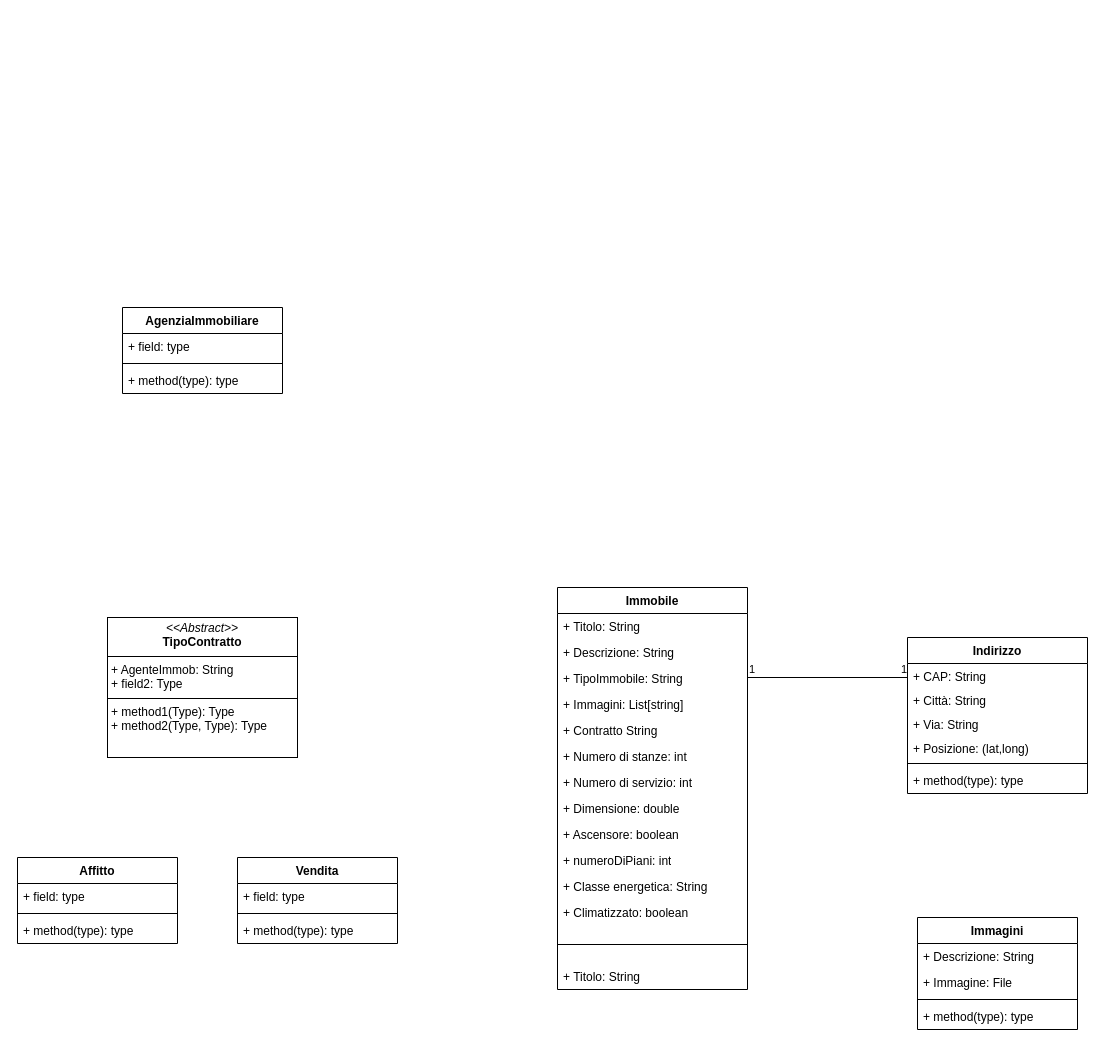
This is diagrammi/diagramma delle classi.drawio from Sperob98/Documentazione-DietiEstates25, a draw.io file, before an edit. Source tidied: cells renumbered, new cells numbered last; positions are measured from the earlier drawing's top-left corner, leaving out a move shared by most shapes. Both pictures are drawn from the tidied source at 100%, with x=0, y=0 at pixel (17, 307).
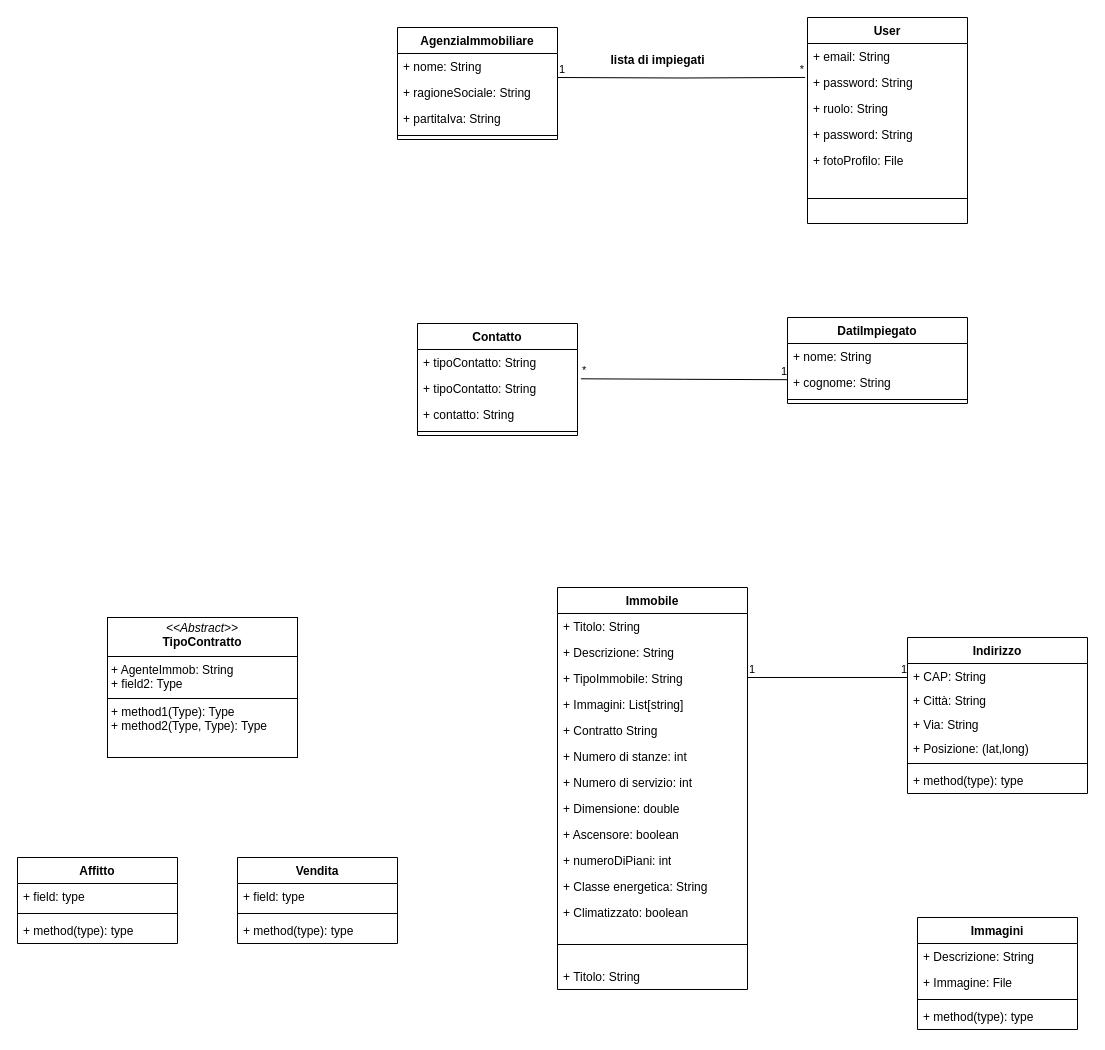
The same diagram, later.

The edit, as a diff of the source:
```diff
@@
     <mxCell id="41" value="AgenziaImmobiliare&lt;div&gt;&lt;br&gt;&lt;/div&gt;" style="swimlane;fontStyle=1;align=center;verticalAlign=top;horizontal=1;startSize=26;whiteSpace=wrap;html=1;" parent="1" vertex="1">
-      <mxGeometry x="105" width="160" height="86" as="geometry" />
+      <mxGeometry x="380" y="-280" width="160" height="112" as="geometry" />
     </mxCell>
-    <mxCell id="42" value="+ field: type" style="text;strokeColor=none;fillColor=none;align=left;verticalAlign=top;spacingLeft=4;spacingRight=4;overflow=hidden;whiteSpace=wrap;html=1;" parent="41" vertex="1">
+    <mxCell id="42" value="+ nome: String" style="text;strokeColor=none;fillColor=none;align=left;verticalAlign=top;spacingLeft=4;spacingRight=4;overflow=hidden;whiteSpace=wrap;html=1;" parent="41" vertex="1">
       <mxGeometry y="26" width="160" height="26" as="geometry" />
     </mxCell>
+    <mxCell id="45" value="+ ragioneSociale: String" style="text;strokeColor=none;fillColor=none;align=left;verticalAlign=top;spacingLeft=4;spacingRight=4;overflow=hidden;whiteSpace=wrap;html=1;" parent="41" vertex="1">
+      <mxGeometry y="52" width="160" height="26" as="geometry" />
+    </mxCell>
+    <mxCell id="46" value="+ partitaIva: String" style="text;strokeColor=none;fillColor=none;align=left;verticalAlign=top;spacingLeft=4;spacingRight=4;overflow=hidden;whiteSpace=wrap;html=1;" parent="41" vertex="1">
+      <mxGeometry y="78" width="160" height="26" as="geometry" />
+    </mxCell>
     <mxCell id="43" style="line;strokeWidth=1;fillColor=none;align=left;verticalAlign=middle;spacingTop=-1;spacingLeft=3;spacingRight=3;labelPosition=right;strokeColor=inherit;" parent="41" vertex="1">
-      <mxGeometry y="52" width="160" height="8" as="geometry" />
+      <mxGeometry y="104" width="160" height="8" as="geometry" />
     </mxCell>
-    <mxCell id="44" value="+ method(type): type" style="text;strokeColor=none;fillColor=none;align=left;verticalAlign=top;spacingLeft=4;spacingRight=4;overflow=hidden;whiteSpace=wrap;html=1;" parent="41" vertex="1">
-      <mxGeometry y="60" width="160" height="26" as="geometry" />
-    </mxCell>
+    <mxCell id="47" value="User" style="swimlane;fontStyle=1;align=center;verticalAlign=top;horizontal=1;startSize=26;whiteSpace=wrap;html=1;" parent="1" vertex="1">
+      <mxGeometry x="790" y="-290" width="160" height="206" as="geometry" />
+    </mxCell>
+    <mxCell id="48" value="+ email: String" style="text;strokeColor=none;fillColor=none;align=left;verticalAlign=top;spacingLeft=4;spacingRight=4;overflow=hidden;whiteSpace=wrap;html=1;" parent="47" vertex="1">
+      <mxGeometry y="26" width="160" height="26" as="geometry" />
+    </mxCell>
+    <mxCell id="49" value="+ password: String" style="text;strokeColor=none;fillColor=none;align=left;verticalAlign=top;spacingLeft=4;spacingRight=4;overflow=hidden;points=[[0,0.5],[1,0.5]];portConstraint=eastwest;whiteSpace=wrap;html=1;" parent="47" vertex="1">
+      <mxGeometry y="52" width="160" height="26" as="geometry" />
+    </mxCell>
+    <mxCell id="50" value="+ ruolo: String" style="text;strokeColor=none;fillColor=none;align=left;verticalAlign=top;spacingLeft=4;spacingRight=4;overflow=hidden;whiteSpace=wrap;html=1;" parent="47" vertex="1">
+      <mxGeometry y="78" width="160" height="26" as="geometry" />
+    </mxCell>
+    <mxCell id="51" value="+ password: String" style="text;strokeColor=none;fillColor=none;align=left;verticalAlign=top;spacingLeft=4;spacingRight=4;overflow=hidden;whiteSpace=wrap;html=1;" parent="47" vertex="1">
+      <mxGeometry y="104" width="160" height="26" as="geometry" />
+    </mxCell>
+    <mxCell id="52" value="+ fotoProfilo: File" style="text;strokeColor=none;fillColor=none;align=left;verticalAlign=top;spacingLeft=4;spacingRight=4;overflow=hidden;whiteSpace=wrap;html=1;" parent="47" vertex="1">
+      <mxGeometry y="130" width="160" height="26" as="geometry" />
+    </mxCell>
+    <mxCell id="53" style="line;strokeWidth=1;fillColor=none;align=left;verticalAlign=middle;spacingTop=-1;spacingLeft=3;spacingRight=3;labelPosition=right;strokeColor=inherit;" parent="47" vertex="1">
+      <mxGeometry y="156" width="160" height="50" as="geometry" />
+    </mxCell>
+    <mxCell id="54" style="endArrow=none;html=1;edgeStyle=orthogonalEdgeStyle;rounded=0;entryX=-0.015;entryY=0.306;entryDx=0;entryDy=0;entryPerimeter=0;" parent="1" edge="1" target="49">
+      <mxGeometry relative="1" as="geometry">
+        <mxPoint x="540" y="-230" as="sourcePoint" />
+      </mxGeometry>
+    </mxCell>
+    <mxCell id="55" value="1" style="edgeLabel;html=1;align=left;verticalAlign=bottom;" parent="54" vertex="1">
+      <mxGeometry x="-1" relative="1" as="geometry" />
+    </mxCell>
+    <mxCell id="56" value="*" style="edgeLabel;html=1;align=right;verticalAlign=bottom;" parent="54" vertex="1">
+      <mxGeometry x="1" relative="1" as="geometry" />
+    </mxCell>
+    <mxCell id="57" value="lista di impiegati" style="text;align=center;fontStyle=1;verticalAlign=middle;spacingLeft=3;spacingRight=3;strokeColor=none;html=1;" parent="1" vertex="1">
+      <mxGeometry x="600" y="-260" width="80" height="26" as="geometry" />
+    </mxCell>
+    <mxCell id="58" value="DatiImpiegato" style="swimlane;fontStyle=1;align=center;verticalAlign=top;horizontal=1;startSize=26;whiteSpace=wrap;html=1;" parent="1" vertex="1">
+      <mxGeometry x="770" y="10" width="180" height="86" as="geometry" />
+    </mxCell>
+    <mxCell id="59" value="+ nome: String&lt;div&gt;&lt;br&gt;&lt;/div&gt;" style="text;strokeColor=none;fillColor=none;align=left;verticalAlign=top;spacingLeft=4;spacingRight=4;overflow=hidden;whiteSpace=wrap;html=1;" parent="58" vertex="1">
+      <mxGeometry y="26" width="180" height="26" as="geometry" />
+    </mxCell>
+    <mxCell id="60" value="+ cognome: String&lt;div&gt;&lt;br&gt;&lt;/div&gt;" style="text;strokeColor=none;fillColor=none;align=left;verticalAlign=top;spacingLeft=4;spacingRight=4;overflow=hidden;whiteSpace=wrap;html=1;" parent="58" vertex="1">
+      <mxGeometry y="52" width="180" height="26" as="geometry" />
+    </mxCell>
+    <mxCell id="61" style="line;strokeWidth=1;fillColor=none;align=left;verticalAlign=middle;spacingTop=-1;spacingLeft=3;spacingRight=3;labelPosition=right;strokeColor=inherit;" parent="58" vertex="1">
+      <mxGeometry y="78" width="180" height="8" as="geometry" />
+    </mxCell>
+    <mxCell id="62" value="Contatto" style="swimlane;fontStyle=1;align=center;verticalAlign=top;horizontal=1;startSize=26;whiteSpace=wrap;html=1;" parent="1" vertex="1">
+      <mxGeometry x="400" y="16" width="160" height="112" as="geometry" />
+    </mxCell>
+    <mxCell id="63" value="+ tipoContatto: String" style="text;strokeColor=none;fillColor=none;align=left;verticalAlign=top;spacingLeft=4;spacingRight=4;overflow=hidden;whiteSpace=wrap;html=1;" parent="62" vertex="1">
+      <mxGeometry y="26" width="160" height="26" as="geometry" />
+    </mxCell>
+    <mxCell id="64" value="+ tipoContatto: String" style="text;strokeColor=none;fillColor=none;align=left;verticalAlign=top;spacingLeft=4;spacingRight=4;overflow=hidden;whiteSpace=wrap;html=1;" parent="62" vertex="1">
+      <mxGeometry y="52" width="160" height="26" as="geometry" />
+    </mxCell>
+    <mxCell id="65" value="+ contatto: String" style="text;strokeColor=none;fillColor=none;align=left;verticalAlign=top;spacingLeft=4;spacingRight=4;overflow=hidden;whiteSpace=wrap;html=1;" parent="62" vertex="1">
+      <mxGeometry y="78" width="160" height="26" as="geometry" />
+    </mxCell>
+    <mxCell id="66" style="line;strokeWidth=1;fillColor=none;align=left;verticalAlign=middle;spacingTop=-1;spacingLeft=3;spacingRight=3;labelPosition=right;strokeColor=inherit;" parent="62" vertex="1">
+      <mxGeometry y="104" width="160" height="8" as="geometry" />
+    </mxCell>
+    <mxCell id="67" style="endArrow=none;html=1;edgeStyle=orthogonalEdgeStyle;rounded=0;entryX=-0.015;entryY=0.306;entryDx=0;entryDy=0;entryPerimeter=0;exitX=1.021;exitY=0.888;exitDx=0;exitDy=0;exitPerimeter=0;" parent="1" edge="1">
+      <mxGeometry relative="1" as="geometry">
+        <mxPoint x="563.4" y="71.3" as="sourcePoint" />
+        <mxPoint x="770" y="72.2" as="targetPoint" />
+      </mxGeometry>
+    </mxCell>
+    <mxCell id="68" value="*" style="edgeLabel;html=1;align=left;verticalAlign=bottom;" parent="67" vertex="1">
+      <mxGeometry x="-1" relative="1" as="geometry" />
+    </mxCell>
+    <mxCell id="69" value="1" style="edgeLabel;html=1;align=right;verticalAlign=bottom;" parent="67" vertex="1">
+      <mxGeometry x="1" relative="1" as="geometry" />
+    </mxCell>
```
